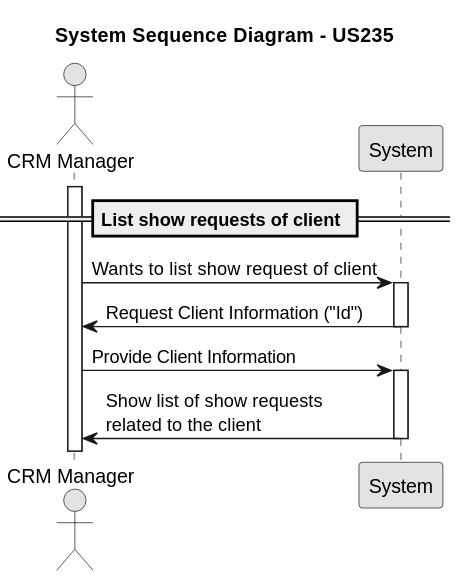
This is docs/Sprint2/us_235/images/system-sequence-diagram-US235.svg from rubenFreitas1/ISEP-LAPR4-2024-2025, a PlantUML export, as it was before one commit. The source it was exported from:
```plantuml
@startuml
skinparam monochrome true
skinparam packageStyle rectangle
skinparam shadowing false

actor "CRM Manager" as crmManager
participant "System" as system

title System Sequence Diagram - US235

== List show requests of client ==
activate crmManager

crmManager -> system : Wants to list show request of client
activate system

system -> crmManager : Request Client Information ("Id")
deactivate system
crmManager -> system : Provide Client Information

activate system

system -> crmManager : Show list of show requests \nrelated to the client
deactivate system
@enduml
```
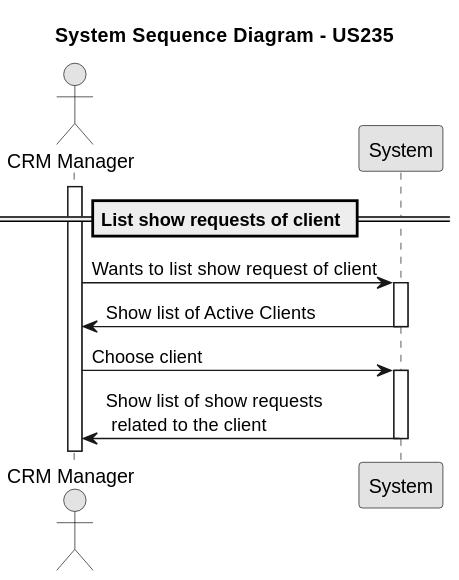
After the commit.

The edit, as a diff of the source:
```diff
@@ -14,12 +14,12 @@
 crmManager -> system : Wants to list show request of client
 activate system
 
-system -> crmManager : Request Client Information ("Id")
+system -> crmManager : Show list of Active Clients
 deactivate system
-crmManager -> system : Provide Client Information
+crmManager -> system : Choose client
 
 activate system
 
-system -> crmManager : Show list of show requests \nrelated to the client
+system -> crmManager : Show list of show requests \n related to the client
 deactivate system
 @enduml
```
